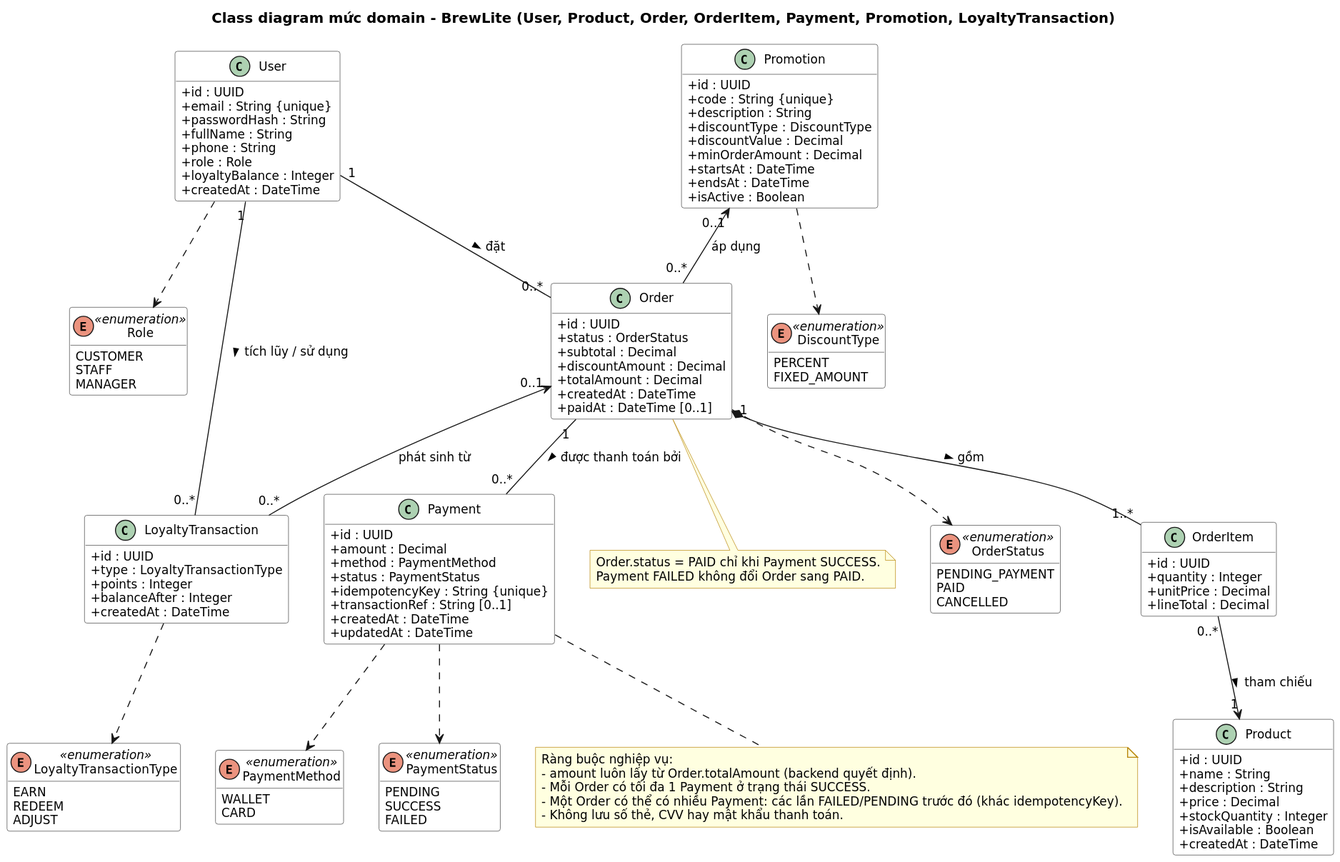
Earlier version of the PlantUML export docs/diagrams/payment/class-domain.svg (supergigachadsupreme300/brewlite2). Its diagram source:
```plantuml
@startuml
title Class diagram mức domain - BrewLite (User, Product, Order, OrderItem, Payment, Promotion, LoyaltyTransaction)

skinparam defaultFontName "DejaVu Sans"
skinparam defaultFontSize 12
skinparam shadowing false
skinparam classAttributeIconSize 0
skinparam ClassBackgroundColor #FFFFFF
skinparam ClassBorderColor #444444
skinparam NoteBackgroundColor #FFFFE0
skinparam NoteBorderColor #B8860B
hide empty methods

enum Role <<enumeration>> {
  CUSTOMER
  STAFF
  MANAGER
}

enum OrderStatus <<enumeration>> {
  PENDING_PAYMENT
  PAID
  CANCELLED
}

enum PaymentMethod <<enumeration>> {
  WALLET
  CARD
}

enum PaymentStatus <<enumeration>> {
  PENDING
  SUCCESS
  FAILED
}

enum DiscountType <<enumeration>> {
  PERCENT
  FIXED_AMOUNT
}

enum LoyaltyTransactionType <<enumeration>> {
  EARN
  REDEEM
  ADJUST
}

class User {
  +id : UUID
  +email : String {unique}
  +passwordHash : String
  +fullName : String
  +phone : String
  +role : Role
  +loyaltyBalance : Integer
  +createdAt : DateTime
}

class Product {
  +id : UUID
  +name : String
  +description : String
  +price : Decimal
  +stockQuantity : Integer
  +isAvailable : Boolean
  +createdAt : DateTime
}

class Order {
  +id : UUID
  +status : OrderStatus
  +subtotal : Decimal
  +discountAmount : Decimal
  +totalAmount : Decimal
  +createdAt : DateTime
  +paidAt : DateTime [0..1]
}

class OrderItem {
  +id : UUID
  +quantity : Integer
  +unitPrice : Decimal
  +lineTotal : Decimal
}

class Payment {
  +id : UUID
  +amount : Decimal
  +method : PaymentMethod
  +status : PaymentStatus
  +idempotencyKey : String {unique}
  +transactionRef : String [0..1]
  +createdAt : DateTime
  +updatedAt : DateTime
}

class Promotion {
  +id : UUID
  +code : String {unique}
  +description : String
  +discountType : DiscountType
  +discountValue : Decimal
  +minOrderAmount : Decimal
  +startsAt : DateTime
  +endsAt : DateTime
  +isActive : Boolean
}

class LoyaltyTransaction {
  +id : UUID
  +type : LoyaltyTransactionType
  +points : Integer
  +balanceAfter : Integer
  +createdAt : DateTime
}

User "1" -- "0..*" Order : đặt >
Order "1" *-- "1..*" OrderItem : gồm >
OrderItem "0..*" --> "1" Product : tham chiếu >
Order "1" -- "0..*" Payment : được thanh toán bởi >
Promotion "0..1" <-- "0..*" Order : áp dụng
User "1" -- "0..*" LoyaltyTransaction : tích lũy / sử dụng >
Order "0..1" <-- "0..*" LoyaltyTransaction : phát sinh từ

User ..> Role
Order ..> OrderStatus
Payment ..> PaymentMethod
Payment ..> PaymentStatus
Promotion ..> DiscountType
LoyaltyTransaction ..> LoyaltyTransactionType

note bottom of Payment
  Ràng buộc nghiệp vụ:
  - amount luôn lấy từ Order.totalAmount (backend quyết định).
  - Mỗi Order có tối đa 1 Payment ở trạng thái SUCCESS.
  - Một Order có thể có nhiều Payment: các lần FAILED/PENDING trước đó (khác idempotencyKey).
  - Không lưu số thẻ, CVV hay mật khẩu thanh toán.
end note

note bottom of Order
  Order.status = PAID chỉ khi Payment SUCCESS.
  Payment FAILED không đổi Order sang PAID.
end note
@enduml
```
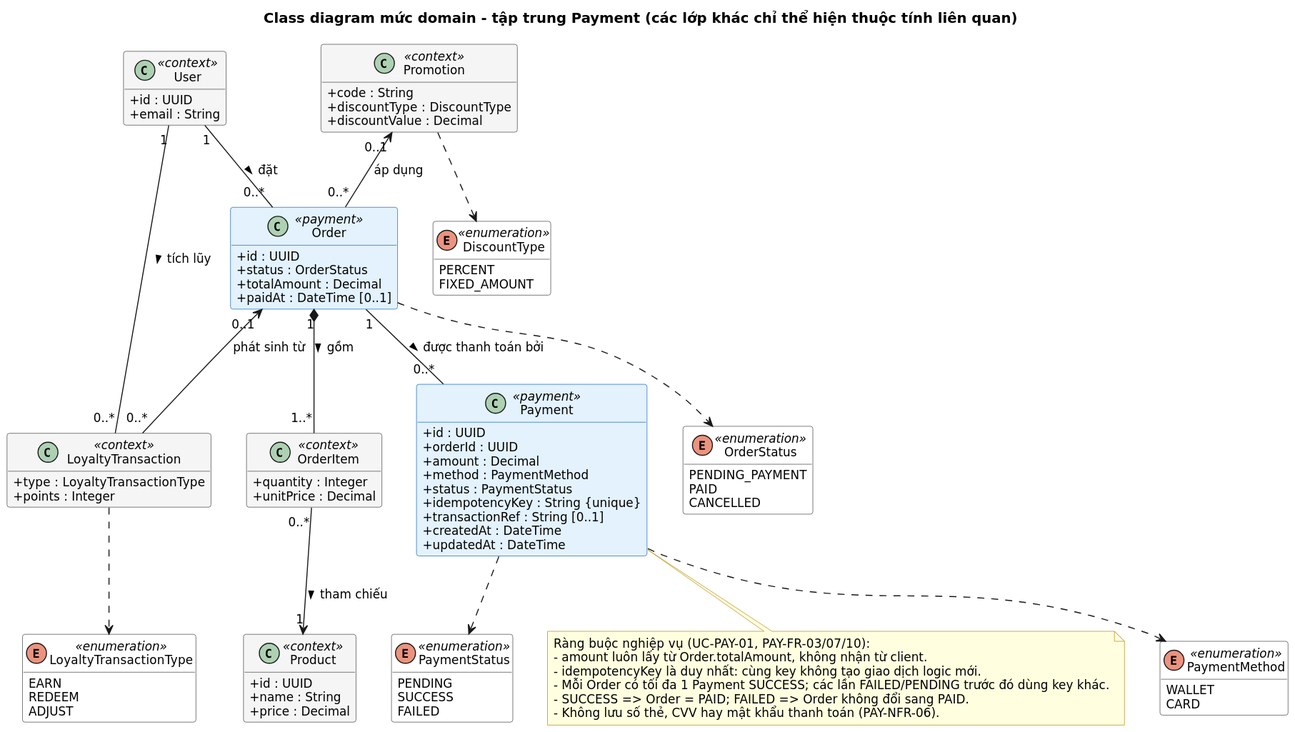
After the commit.

Commit message:
docs(payment): update task 2 diagrams

What changed in the source:
```diff
@@ -1,5 +1,5 @@
 @startuml
-title Class diagram mức domain - BrewLite (User, Product, Order, OrderItem, Payment, Promotion, LoyaltyTransaction)
+title Class diagram mức domain - tập trung Payment (các lớp khác chỉ thể hiện thuộc tính liên quan)
 
 skinparam defaultFontName "DejaVu Sans"
 skinparam defaultFontSize 12
@@ -7,21 +7,14 @@
 skinparam classAttributeIconSize 0
 skinparam ClassBackgroundColor #FFFFFF
 skinparam ClassBorderColor #444444
+skinparam class {
+  BackgroundColor<<payment>> #E3F2FD
+  BorderColor<<payment>> #1565C0
+  BackgroundColor<<context>> #F5F5F5
+}
 skinparam NoteBackgroundColor #FFFFE0
 skinparam NoteBorderColor #B8860B
 hide empty methods
-
-enum Role <<enumeration>> {
-  CUSTOMER
-  STAFF
-  MANAGER
-}
-
-enum OrderStatus <<enumeration>> {
-  PENDING_PAYMENT
-  PAID
-  CANCELLED
-}
 
 enum PaymentMethod <<enumeration>> {
   WALLET
@@ -32,6 +25,12 @@
   PENDING
   SUCCESS
   FAILED
+}
+
+enum OrderStatus <<enumeration>> {
+  PENDING_PAYMENT
+  PAID
+  CANCELLED
 }
 
 enum DiscountType <<enumeration>> {
@@ -45,46 +44,9 @@
   ADJUST
 }
 
-class User {
+class Payment <<payment>> {
   +id : UUID
-  +email : String {unique}
-  +passwordHash : String
-  +fullName : String
-  +phone : String
-  +role : Role
-  +loyaltyBalance : Integer
-  +createdAt : DateTime
-}
-
-class Product {
-  +id : UUID
-  +name : String
-  +description : String
-  +price : Decimal
-  +stockQuantity : Integer
-  +isAvailable : Boolean
-  +createdAt : DateTime
-}
-
-class Order {
-  +id : UUID
-  +status : OrderStatus
-  +subtotal : Decimal
-  +discountAmount : Decimal
-  +totalAmount : Decimal
-  +createdAt : DateTime
-  +paidAt : DateTime [0..1]
-}
-
-class OrderItem {
-  +id : UUID
-  +quantity : Integer
-  +unitPrice : Decimal
-  +lineTotal : Decimal
-}
-
-class Payment {
-  +id : UUID
+  +orderId : UUID
   +amount : Decimal
   +method : PaymentMethod
   +status : PaymentStatus
@@ -94,51 +56,60 @@
   +updatedAt : DateTime
 }
 
-class Promotion {
+class Order <<payment>> {
   +id : UUID
-  +code : String {unique}
-  +description : String
+  +status : OrderStatus
+  +totalAmount : Decimal
+  +paidAt : DateTime [0..1]
+}
+
+class User <<context>> {
+  +id : UUID
+  +email : String
+}
+
+class OrderItem <<context>> {
+  +quantity : Integer
+  +unitPrice : Decimal
+}
+
+class Product <<context>> {
+  +id : UUID
+  +name : String
+  +price : Decimal
+}
+
+class Promotion <<context>> {
+  +code : String
   +discountType : DiscountType
   +discountValue : Decimal
-  +minOrderAmount : Decimal
-  +startsAt : DateTime
-  +endsAt : DateTime
-  +isActive : Boolean
 }
 
-class LoyaltyTransaction {
-  +id : UUID
+class LoyaltyTransaction <<context>> {
   +type : LoyaltyTransactionType
   +points : Integer
-  +balanceAfter : Integer
-  +createdAt : DateTime
 }
 
+Order "1" -- "0..*" Payment : được thanh toán bởi >
 User "1" -- "0..*" Order : đặt >
 Order "1" *-- "1..*" OrderItem : gồm >
 OrderItem "0..*" --> "1" Product : tham chiếu >
-Order "1" -- "0..*" Payment : được thanh toán bởi >
 Promotion "0..1" <-- "0..*" Order : áp dụng
-User "1" -- "0..*" LoyaltyTransaction : tích lũy / sử dụng >
+User "1" -- "0..*" LoyaltyTransaction : tích lũy >
 Order "0..1" <-- "0..*" LoyaltyTransaction : phát sinh từ
 
-User ..> Role
-Order ..> OrderStatus
 Payment ..> PaymentMethod
 Payment ..> PaymentStatus
+Order ..> OrderStatus
 Promotion ..> DiscountType
 LoyaltyTransaction ..> LoyaltyTransactionType
 
 note bottom of Payment
-  Ràng buộc nghiệp vụ:
-  - amount luôn lấy từ Order.totalAmount (backend quyết định).
-  - Mỗi Order có tối đa 1 Payment ở trạng thái SUCCESS.
-  - Một Order có thể có nhiều Payment: các lần FAILED/PENDING trước đó (khác idempotencyKey).
-  - Không lưu số thẻ, CVV hay mật khẩu thanh toán.
-end note
-
-note bottom of Order
-  Order.status = PAID chỉ khi Payment SUCCESS.
-  Payment FAILED không đổi Order sang PAID.
+  Ràng buộc nghiệp vụ (UC-PAY-01, PAY-FR-03/07/10):
+  - amount luôn lấy từ Order.totalAmount, không nhận từ client.
+  - idempotencyKey là duy nhất: cùng key không tạo giao dịch logic mới.
+  - Mỗi Order có tối đa 1 Payment SUCCESS; các lần FAILED/PENDING trước đó dùng key khác.
+  - SUCCESS => Order = PAID; FAILED => Order không đổi sang PAID.
+  - Không lưu số thẻ, CVV hay mật khẩu thanh toán (PAY-NFR-06).
 end note
 @enduml
```
